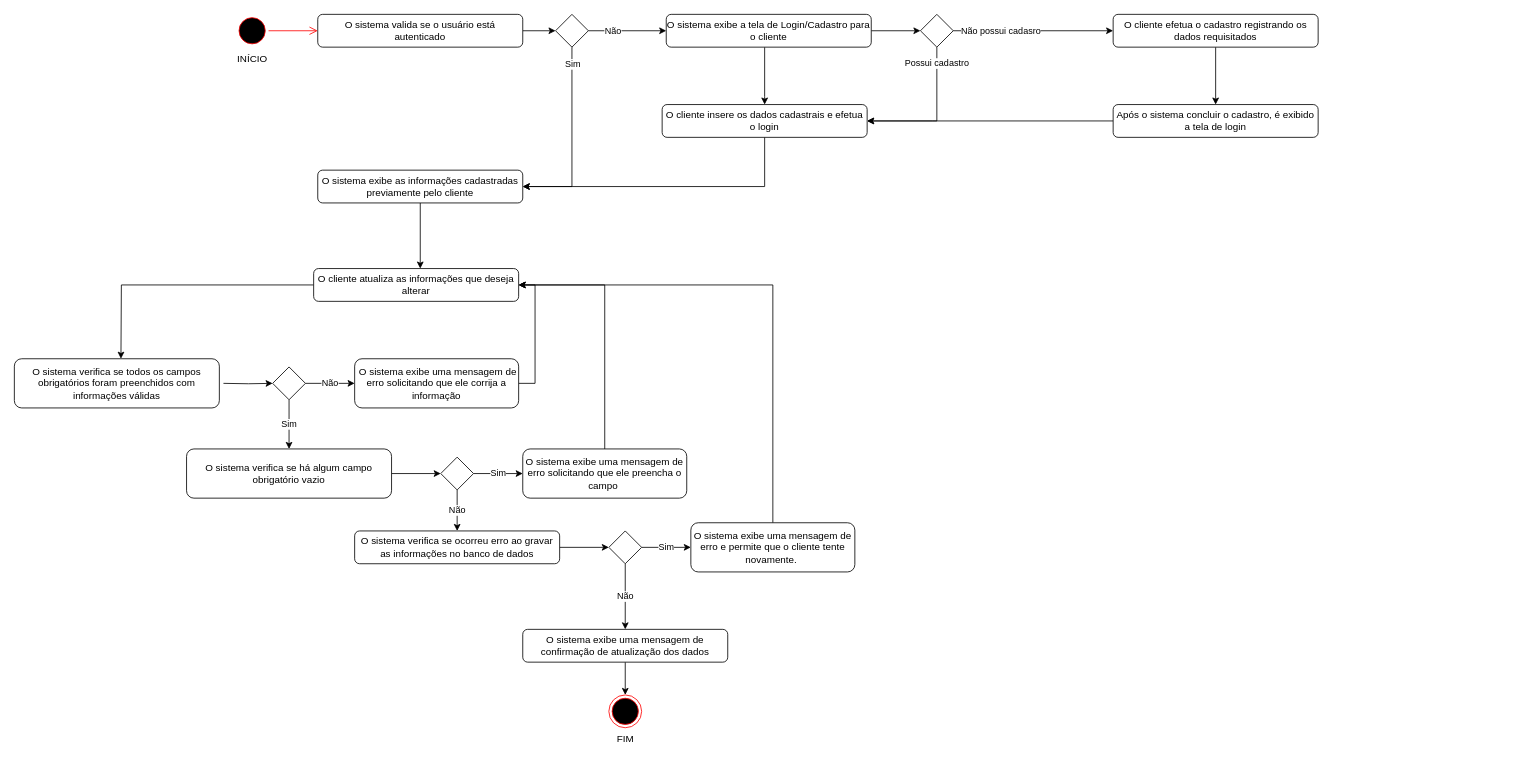
Earlier version of the draw.io diagram Diagramas de atividade/Caso de uso 03.drawio (d4vwdi/engenharia-software). Source tidied: cells renumbered, new cells numbered last; positions are measured from the earlier drawing's top-left corner, leaving out a move shared by most shapes. Both pictures are drawn from the tidied source at 82%, with x=0, y=0 at pixel (14, 14).
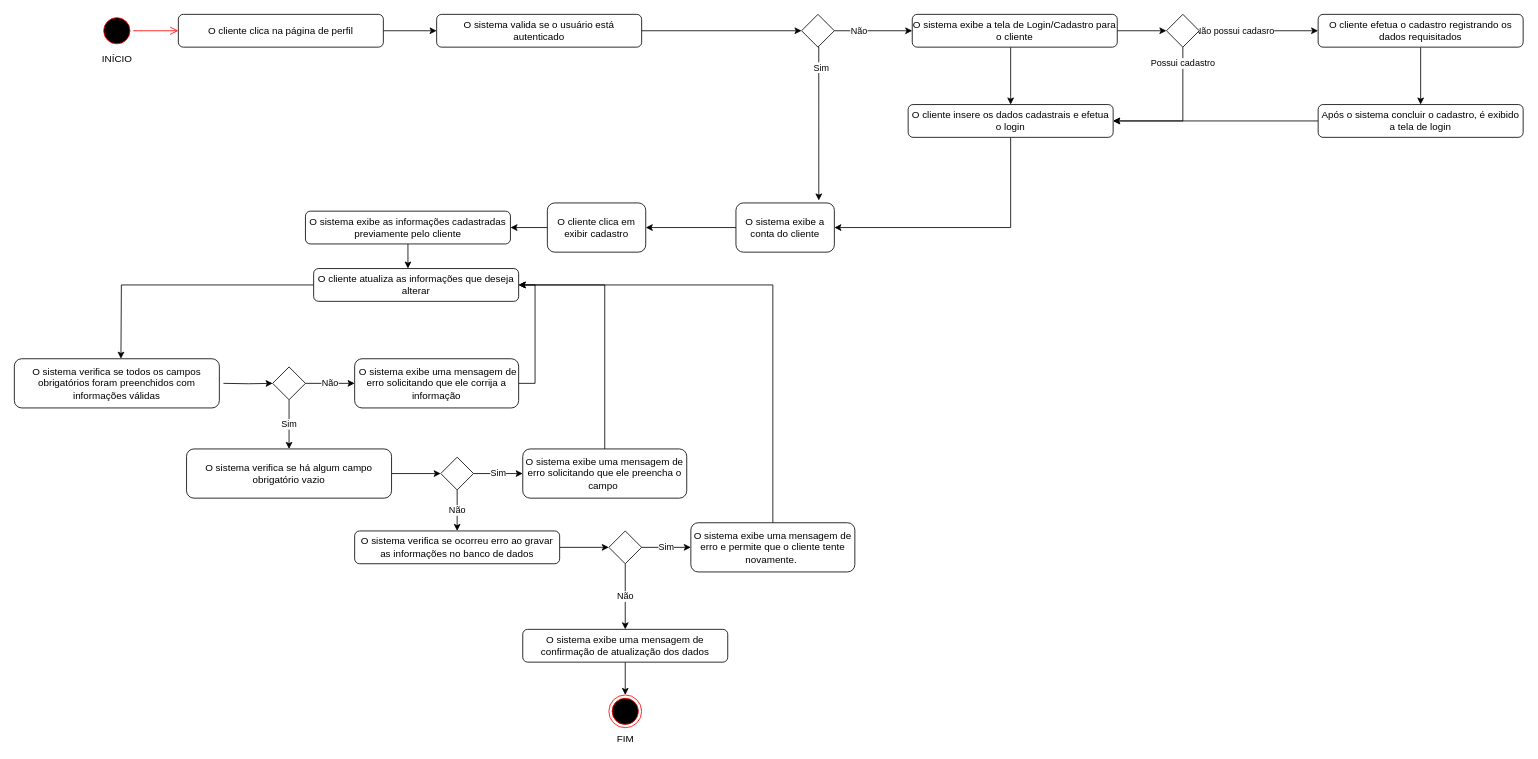
The same diagram, later.

Diff of the diagram source:
```diff
@@
     <mxCell id="3" value="O sistema valida se o usuário está autenticado" style="rounded=1;whiteSpace=wrap;html=1;" parent="1" vertex="1">
-      <mxGeometry x="370" width="250" height="40" as="geometry" />
+      <mxGeometry x="515" width="250" height="40" as="geometry" />
     </mxCell>
     <mxCell id="4" value="INÍCIO" style="ellipse;html=1;shape=startState;fillColor=#000000;strokeColor=#ff0000;labelPosition=center;verticalLabelPosition=bottom;align=center;verticalAlign=top;" parent="1" vertex="1">
-      <mxGeometry x="270" width="40" height="40" as="geometry" />
+      <mxGeometry x="105" width="40" height="40" as="geometry" />
     </mxCell>
-    <mxCell id="5" style="edgeStyle=orthogonalEdgeStyle;html=1;verticalAlign=bottom;endArrow=open;endSize=8;strokeColor=#ff0000;rounded=0;entryX=0;entryY=0.5;entryDx=0;entryDy=0;" parent="1" edge="1" source="4" target="3">
+    <mxCell id="5" style="edgeStyle=orthogonalEdgeStyle;html=1;verticalAlign=bottom;endArrow=open;endSize=8;strokeColor=#ff0000;rounded=0;entryX=0;entryY=0.5;entryDx=0;entryDy=0;" parent="1" edge="1" source="4" target="52">
       <mxGeometry relative="1" as="geometry" />
     </mxCell>
@@
     <mxCell id="7" value="O sistema exibe as informações cadastradas previamente pelo cliente" style="whiteSpace=wrap;html=1;rounded=1;" parent="1" vertex="1">
-      <mxGeometry x="370" y="190" width="250" height="40" as="geometry" />
+      <mxGeometry x="355" y="240" width="250" height="40" as="geometry" />
     </mxCell>
@@
-    <mxCell id="9" style="edgeStyle=orthogonalEdgeStyle;rounded=0;jettySize=auto;html=1;entryX=1;entryY=0.5;entryDx=0;entryDy=0;" parent="1" edge="1" source="11" target="7">
-      <mxGeometry relative="1" as="geometry">
-        <Array as="points">
-          <mxPoint x="680" y="210" />
-        </Array>
-      </mxGeometry>
-    </mxCell>
+    <mxCell id="50" style="edgeStyle=orthogonalEdgeStyle;rounded=0;jettySize=auto;html=1;exitX=0.5;exitY=1;exitDx=0;exitDy=0;entryX=0.842;entryY=-0.05;entryDx=0;entryDy=0;entryPerimeter=0;" parent="1" edge="1" source="11" target="54">
+      <mxGeometry relative="1" as="geometry">
+        <Array as="points">
+          <mxPoint x="981" y="40" />
+        </Array>
+      </mxGeometry>
+    </mxCell>
-    <mxCell id="10" value="Sim" style="edgeLabel;html=1;align=center;verticalAlign=middle;" parent="9" vertex="1">
-      <mxGeometry x="-0.75" y="-2" relative="1" as="geometry">
-        <mxPoint x="2" y="-9" as="offset" />
+    <mxCell id="10" value="Sim" style="edgeLabel;html=1;align=center;verticalAlign=middle;" parent="50" vertex="1">
+      <mxGeometry x="0.26" y="2" relative="1" as="geometry">
+        <mxPoint y="-92" as="offset" />
       </mxGeometry>
     </mxCell>
     <mxCell id="11" style="rhombus;whiteSpace=wrap;html=1;" parent="1" vertex="1">
-      <mxGeometry x="660" width="40" height="40" as="geometry" />
+      <mxGeometry x="960" width="40" height="40" as="geometry" />
     </mxCell>
     <mxCell id="12" style="edgeStyle=orthogonalEdgeStyle;rounded=0;jettySize=auto;html=1;" parent="1" edge="1" source="14" target="16">
       <mxGeometry relative="1" as="geometry">
         <Array as="points">
-          <mxPoint x="915" y="100" />
-          <mxPoint x="915" y="100" />
+          <mxPoint x="1215" y="100" />
+          <mxPoint x="1215" y="100" />
         </Array>
       </mxGeometry>
     </mxCell>
@@
     <mxCell id="14" value="O sistema exibe a tela de Login/Cadastro para o cliente" style="rounded=1;whiteSpace=wrap;html=1;" parent="1" vertex="1">
-      <mxGeometry x="795" width="250" height="40" as="geometry" />
+      <mxGeometry x="1095" width="250" height="40" as="geometry" />
     </mxCell>
-    <mxCell id="15" style="edgeStyle=orthogonalEdgeStyle;rounded=0;jettySize=auto;html=1;entryX=1;entryY=0.5;entryDx=0;entryDy=0;exitX=0.5;exitY=1;exitDx=0;exitDy=0;" parent="1" edge="1" source="16" target="7">
+    <mxCell id="15" style="edgeStyle=orthogonalEdgeStyle;rounded=0;jettySize=auto;html=1;exitX=0.5;exitY=1;exitDx=0;exitDy=0;entryX=1;entryY=0.5;entryDx=0;entryDy=0;" parent="1" edge="1" source="16" target="54">
       <mxGeometry relative="1" as="geometry" />
     </mxCell>
     <mxCell id="16" value="O cliente insere os dados cadastrais e efetua o login" style="whiteSpace=wrap;html=1;rounded=1;" parent="1" vertex="1">
-      <mxGeometry x="790" y="110" width="250" height="40" as="geometry" />
+      <mxGeometry x="1090" y="110" width="250" height="40" as="geometry" />
     </mxCell>
-    <mxCell id="17" value="Não possui cadasro" style="edgeStyle=orthogonalEdgeStyle;rounded=0;jettySize=auto;html=1;" parent="1" edge="1" source="19" target="21">
+    <mxCell id="17" value="Não possui cadasro" style="edgeStyle=orthogonalEdgeStyle;rounded=0;jettySize=auto;html=1;entryX=0;entryY=0.5;entryDx=0;entryDy=0;" parent="1" edge="1" source="19" target="21">
       <mxGeometry x="-0.41" relative="1" as="geometry" />
     </mxCell>
     <mxCell id="18" value="Possui cadastro" style="edgeStyle=orthogonalEdgeStyle;rounded=0;jettySize=auto;html=1;entryX=1;entryY=0.5;entryDx=0;entryDy=0;" parent="1" edge="1" source="19" target="16">
       <mxGeometry x="-0.77" relative="1" as="geometry">
         <Array as="points">
-          <mxPoint x="1125" y="130" />
+          <mxPoint x="1425" y="130" />
         </Array>
       </mxGeometry>
     </mxCell>
     <mxCell id="19" style="rhombus;whiteSpace=wrap;html=1;" parent="1" vertex="1">
-      <mxGeometry x="1105" width="40" height="40" as="geometry" />
+      <mxGeometry x="1405" width="40" height="40" as="geometry" />
     </mxCell>
-    <mxCell id="20" style="edgeStyle=orthogonalEdgeStyle;rounded=0;jettySize=auto;html=1;" parent="1" edge="1" source="21" target="23">
+    <mxCell id="20" style="edgeStyle=orthogonalEdgeStyle;rounded=0;jettySize=auto;html=1;entryX=0.5;entryY=0;entryDx=0;entryDy=0;" parent="1" edge="1" source="21" target="23">
       <mxGeometry relative="1" as="geometry" />
     </mxCell>
     <mxCell id="21" value="O cliente efetua o cadastro registrando os dados requisitados" style="rounded=1;whiteSpace=wrap;html=1;" parent="1" vertex="1">
-      <mxGeometry x="1340" width="250" height="40" as="geometry" />
+      <mxGeometry x="1590" width="250" height="40" as="geometry" />
     </mxCell>
     <mxCell id="22" style="edgeStyle=orthogonalEdgeStyle;rounded=0;jettySize=auto;html=1;entryX=1;entryY=0.5;entryDx=0;entryDy=0;" parent="1" edge="1" source="23" target="16">
-      <mxGeometry relative="1" as="geometry">
-        <Array as="points">
-          <mxPoint x="1120" y="130" />
-          <mxPoint x="1120" y="130" />
-        </Array>
-      </mxGeometry>
+      <mxGeometry relative="1" as="geometry" />
     </mxCell>
     <mxCell id="23" value="Após o sistema concluir o cadastro, é exibido a tela de login" style="whiteSpace=wrap;html=1;rounded=1;" parent="1" vertex="1">
-      <mxGeometry x="1340" y="110" width="250" height="40" as="geometry" />
+      <mxGeometry x="1590" y="110" width="250" height="40" as="geometry" />
     </mxCell>
@@
+    <mxCell id="51" style="edgeStyle=orthogonalEdgeStyle;rounded=0;jettySize=auto;html=1;" parent="1" edge="1" source="52" target="3">
+      <mxGeometry relative="1" as="geometry" />
+    </mxCell>
+    <mxCell id="52" value="O cliente clica na página de perfil" style="rounded=1;whiteSpace=wrap;html=1;" parent="1" vertex="1">
+      <mxGeometry x="200" width="250" height="40" as="geometry" />
+    </mxCell>
+    <mxCell id="53" style="edgeStyle=orthogonalEdgeStyle;rounded=0;jettySize=auto;html=1;" parent="1" edge="1" source="54" target="56">
+      <mxGeometry relative="1" as="geometry" />
+    </mxCell>
+    <mxCell id="54" value="O sistema exibe a conta do cliente" style="rounded=1;whiteSpace=wrap;html=1;" parent="1" vertex="1">
+      <mxGeometry x="880" y="230" width="120" height="60" as="geometry" />
+    </mxCell>
+    <mxCell id="55" style="edgeStyle=orthogonalEdgeStyle;rounded=0;jettySize=auto;html=1;" parent="1" edge="1" source="56" target="7">
+      <mxGeometry relative="1" as="geometry" />
+    </mxCell>
+    <mxCell id="56" value="O cliente clica em exibir cadastro" style="rounded=1;whiteSpace=wrap;html=1;" parent="1" vertex="1">
+      <mxGeometry x="650" y="230" width="120" height="60" as="geometry" />
+    </mxCell>
```
